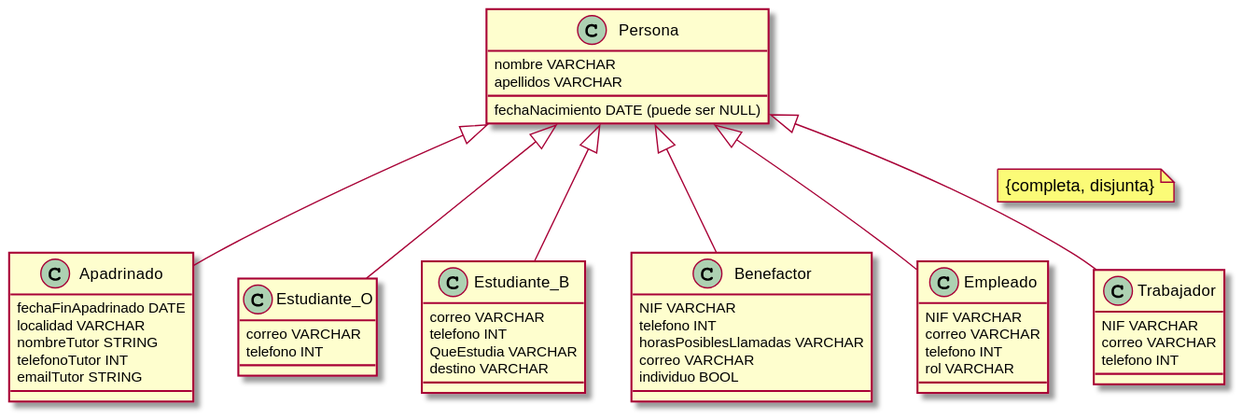
The PlantUML diagram modelo_conceptual /images/persona/persona.svg in albporfer1-64/Grupo_Proyecto_DB, before a commit.
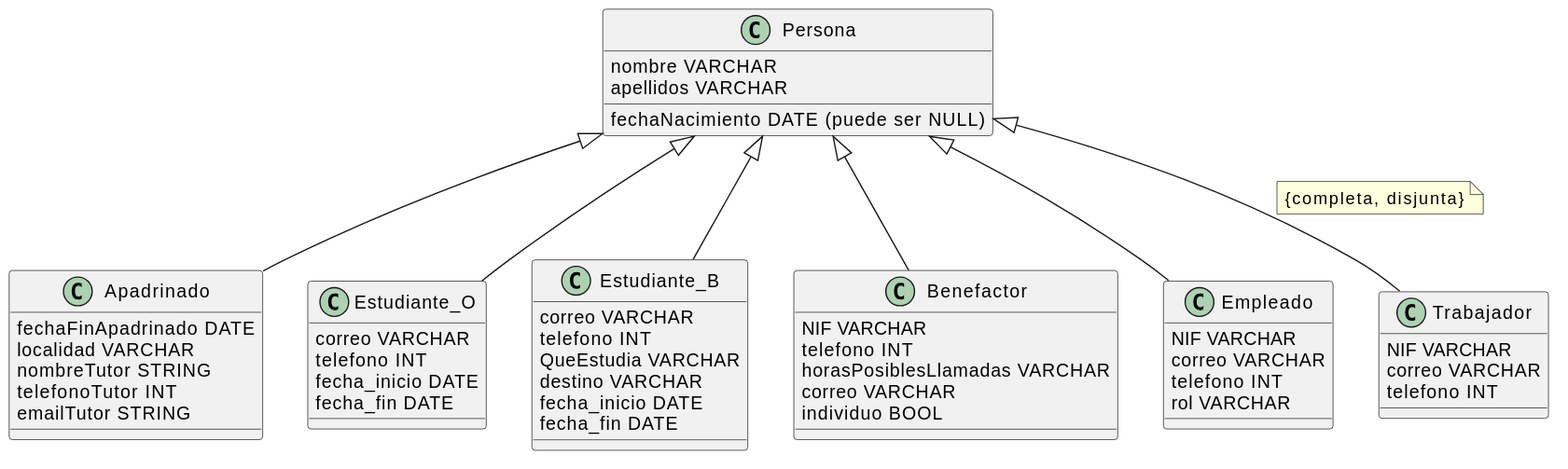
The same file after the commit.

What changed in the source:
```diff
@@ -40,11 +40,15 @@
     telefono INT
     QueEstudia VARCHAR
     destino VARCHAR
+    fecha_inicio DATE
+    fecha_fin DATE
 }
 
 class Estudiante_O{
     correo VARCHAR
     telefono INT
+    fecha_inicio DATE
+    fecha_fin DATE
 }
 
 class Apadrinado{
```
